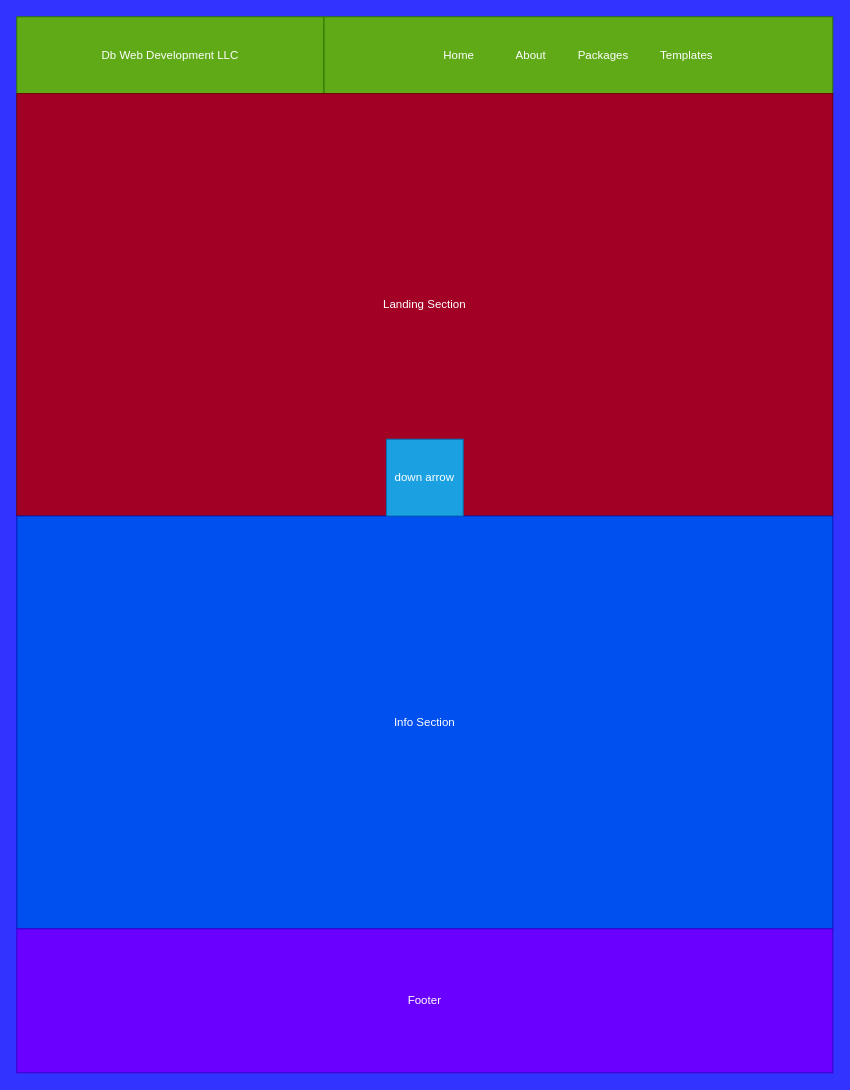
Above: page "Home" (1 of 4) of Frontend/src/Wireframes/WebsiteStructure/Structure.drawio in DeanWilcoxson/BusinessWebsite (draw.io), before the change. Source tidied: cells renumbered, new cells numbered last; positions are measured from the earlier drawing's top-left corner, leaving out a move shared by most shapes. Both pictures are drawn from the tidied source at 96%, with x=0, y=0 at pixel (16, 16).
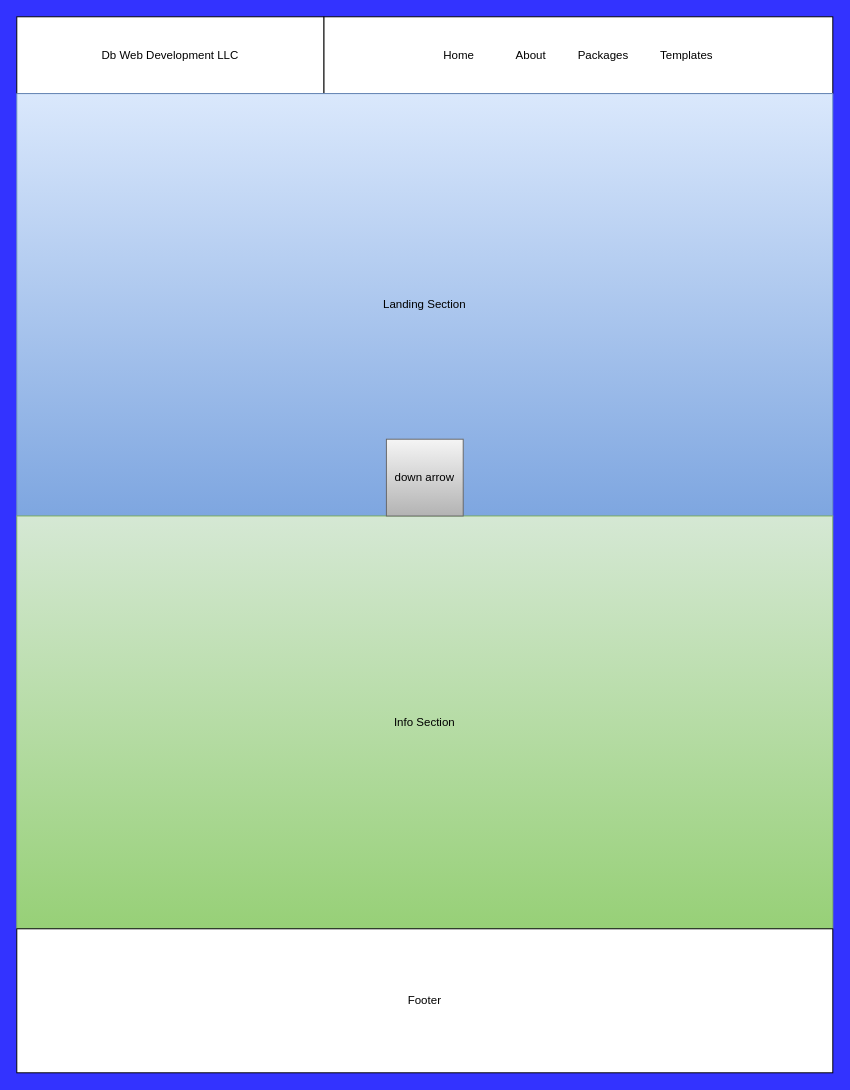
The same page after the edit.

Diff of the diagram source:
```diff
@@
 <mxGraphModel background="#3333FF">
   <root>
     <mxCell id="0" />
     <mxCell id="1" parent="0" />
-    <mxCell id="2" value="Db Web Development LLC" style="rounded=0;whiteSpace=wrap;html=1;fillColor=#60a917;fontColor=#ffffff;strokeColor=#2D7600;" parent="1" vertex="1">
+    <mxCell id="2" value="Db Web Development LLC" style="rounded=0;whiteSpace=wrap;html=1;" parent="1" vertex="1">
       <mxGeometry width="320" height="80" as="geometry" />
     </mxCell>
-    <mxCell id="3" value="Home&amp;nbsp; &amp;nbsp; &amp;nbsp; &amp;nbsp; &amp;nbsp; &amp;nbsp; &amp;nbsp;About&amp;nbsp; &amp;nbsp; &amp;nbsp; &amp;nbsp; &amp;nbsp; Packages&amp;nbsp; &amp;nbsp; &amp;nbsp; &amp;nbsp; &amp;nbsp; Templates" style="rounded=0;whiteSpace=wrap;html=1;fillColor=#60a917;fontColor=#ffffff;strokeColor=#2D7600;" parent="1" vertex="1">
+    <mxCell id="3" value="Home&amp;nbsp; &amp;nbsp; &amp;nbsp; &amp;nbsp; &amp;nbsp; &amp;nbsp; &amp;nbsp;About&amp;nbsp; &amp;nbsp; &amp;nbsp; &amp;nbsp; &amp;nbsp; Packages&amp;nbsp; &amp;nbsp; &amp;nbsp; &amp;nbsp; &amp;nbsp; Templates" style="rounded=0;whiteSpace=wrap;html=1;" parent="1" vertex="1">
       <mxGeometry x="320" width="530" height="80" as="geometry" />
     </mxCell>
-    <mxCell id="4" value="Landing Section" style="rounded=0;whiteSpace=wrap;html=1;fillColor=#a20025;fontColor=#ffffff;strokeColor=#6F0000;" parent="1" vertex="1">
+    <mxCell id="4" value="Landing Section" style="rounded=0;whiteSpace=wrap;html=1;fillColor=#dae8fc;strokeColor=#6c8ebf;gradientColor=#7ea6e0;fontColor=#000000;" parent="1" vertex="1">
       <mxGeometry y="80" width="850" height="440" as="geometry" />
     </mxCell>
-    <mxCell id="5" value="Info Section" style="rounded=0;whiteSpace=wrap;html=1;fillColor=#0050ef;fontColor=#ffffff;strokeColor=#001DBC;" parent="1" vertex="1">
+    <mxCell id="5" value="Info Section" style="rounded=0;whiteSpace=wrap;html=1;fillColor=#d5e8d4;strokeColor=#82b366;gradientColor=#97d077;fontColor=#000000;" parent="1" vertex="1">
       <mxGeometry y="520" width="850" height="430" as="geometry" />
     </mxCell>
-    <mxCell id="6" value="down arrow" style="whiteSpace=wrap;html=1;fillColor=#1ba1e2;fontColor=#ffffff;strokeColor=#006EAF;" parent="1" vertex="1">
+    <mxCell id="6" value="down arrow" style="whiteSpace=wrap;html=1;fillColor=#f5f5f5;strokeColor=#666666;gradientColor=#b3b3b3;labelBackgroundColor=none;labelBorderColor=none;fontColor=#000000;" parent="1" vertex="1">
       <mxGeometry x="385" y="440" width="80" height="80" as="geometry" />
     </mxCell>
-    <mxCell id="7" value="Footer" style="rounded=0;whiteSpace=wrap;html=1;fillColor=#6a00ff;fontColor=#ffffff;strokeColor=#3700CC;" parent="1" vertex="1">
+    <mxCell id="7" value="Footer" style="rounded=0;whiteSpace=wrap;html=1;" parent="1" vertex="1">
       <mxGeometry y="950" width="850" height="150" as="geometry" />
     </mxCell>
   </root>
 </mxGraphModel>
```
